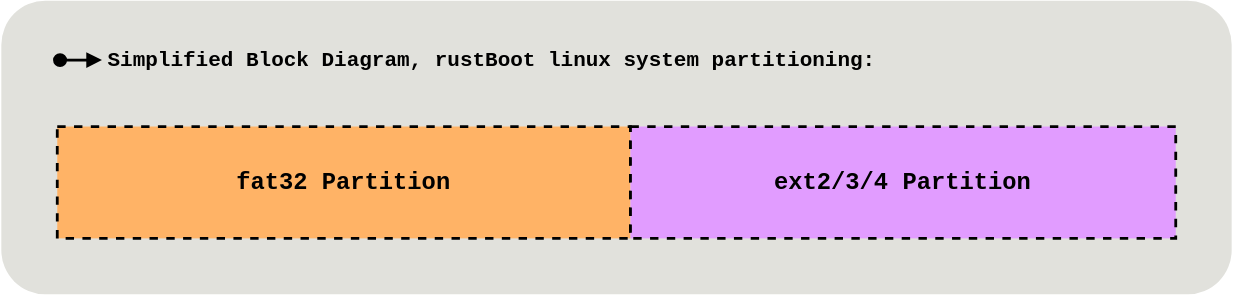
This is linux_partition.svg from imrank03/rustBoot-book-diagrams, a draw.io export, as it was before one commit. Source tidied: cells renumbered, new cells last; positions are measured from the earlier drawing's top-left corner, leaving out a move shared by most shapes.
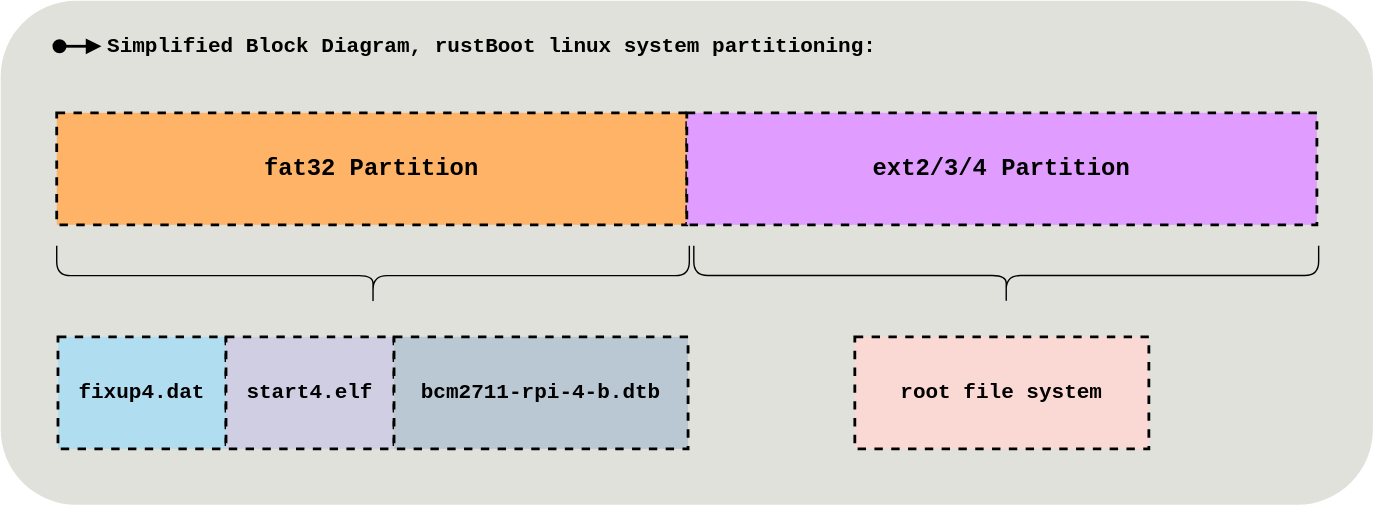
Above is the later version.

Commit message:
updated linux partition diagram

Change to the diagram source:
```diff
@@ -3,25 +3,43 @@
     <mxCell id="0" />
     <mxCell id="1" parent="0" />
     <mxCell id="2" style="rounded=1;whiteSpace=wrap;html=1;fillColor=#E1E1DC;strokeColor=none;" parent="1" vertex="1">
-      <mxGeometry width="880" height="210" as="geometry" />
+      <mxGeometry x="-30" y="-30" width="980" height="360" as="geometry" />
     </mxCell>
     <mxCell id="3" value="&lt;div style=&quot;font-family: &amp;#34;menlo&amp;#34; , &amp;#34;monaco&amp;#34; , &amp;#34;courier new&amp;#34; , monospace ; line-height: 18px ; font-size: 17px&quot;&gt;fat32 Partition&lt;/div&gt;" style="rounded=0;whiteSpace=wrap;html=1;dashed=1;strokeWidth=2;strokeColor=default;fillColor=#FFB366;labelBorderColor=none;labelBackgroundColor=none;fontStyle=1;fontSize=17;glass=0;" parent="1" vertex="1">
-      <mxGeometry x="40" y="90" width="410" height="80" as="geometry" />
+      <mxGeometry x="10" y="50" width="450" height="80" as="geometry" />
     </mxCell>
     <mxCell id="4" value="&lt;div style=&quot;font-family: &amp;#34;menlo&amp;#34; , &amp;#34;monaco&amp;#34; , &amp;#34;courier new&amp;#34; , monospace ; line-height: 18px ; font-size: 17px&quot;&gt;ext2/3/4 Partition&lt;/div&gt;" style="rounded=0;whiteSpace=wrap;html=1;dashed=1;strokeWidth=2;strokeColor=default;fillColor=#E19CFF;fontStyle=1;labelBackgroundColor=none;fontSize=17;glass=0;" parent="1" vertex="1">
-      <mxGeometry x="450" y="90" width="390" height="80" as="geometry" />
+      <mxGeometry x="460" y="50" width="450" height="80" as="geometry" />
     </mxCell>
     <mxCell id="5" value="&lt;div style=&quot;font-family: &amp;#34;menlo&amp;#34; , &amp;#34;monaco&amp;#34; , &amp;#34;courier new&amp;#34; , monospace ; line-height: 18px&quot;&gt;&lt;b&gt;&lt;font style=&quot;font-size: 15px&quot;&gt;Simplified Block Diagram, rustBoot linux system partitioning:&lt;/font&gt;&lt;/b&gt;&lt;/div&gt;" style="text;html=1;strokeColor=none;fillColor=none;align=center;verticalAlign=middle;whiteSpace=wrap;rounded=0;dashed=1;fontFamily=Lucida Console;fontSize=17;labelBackgroundColor=none;strokeWidth=2;" parent="1" vertex="1">
-      <mxGeometry x="72" y="28" width="558" height="29" as="geometry" />
+      <mxGeometry x="42" y="-12" width="558" height="29" as="geometry" />
     </mxCell>
     <mxCell id="6" style="html=1;verticalAlign=bottom;startArrow=oval;startFill=1;endArrow=block;startSize=8;strokeWidth=2;fontSize=17;" parent="1" edge="1">
       <mxGeometry relative="1" as="geometry">
-        <mxPoint x="42" y="42.5" as="sourcePoint" />
-        <mxPoint x="72" y="42.5" as="targetPoint" />
+        <mxPoint x="12" y="2.5" as="sourcePoint" />
+        <mxPoint x="42" y="2.5" as="targetPoint" />
         <Array as="points">
-          <mxPoint x="72" y="42.5" />
+          <mxPoint x="42" y="2.5" />
         </Array>
       </mxGeometry>
     </mxCell>
+    <mxCell id="7" value="&lt;div style=&quot;font-family: menlo, monaco, &amp;quot;courier new&amp;quot;, monospace; line-height: 18px; font-size: 15px;&quot;&gt;fixup4.dat&lt;/div&gt;" style="rounded=0;whiteSpace=wrap;html=1;dashed=1;strokeWidth=2;strokeColor=#000000;fillColor=#b1ddf0;labelBorderColor=none;labelBackgroundColor=none;fontStyle=1;fontSize=15;glass=0;" parent="1" vertex="1">
+      <mxGeometry x="10.9" y="210" width="120" height="80" as="geometry" />
+    </mxCell>
+    <mxCell id="8" value="&lt;div style=&quot;font-family: menlo, monaco, &amp;quot;courier new&amp;quot;, monospace; line-height: 18px; font-size: 15px;&quot;&gt;start4.elf&lt;/div&gt;" style="rounded=0;whiteSpace=wrap;html=1;dashed=1;strokeWidth=2;strokeColor=#000000;fillColor=#d0cee2;labelBorderColor=none;labelBackgroundColor=none;fontStyle=1;fontSize=15;glass=0;" parent="1" vertex="1">
+      <mxGeometry x="130.9" y="210" width="120" height="80" as="geometry" />
+    </mxCell>
+    <mxCell id="9" value="&lt;div style=&quot;font-family: menlo, monaco, &amp;quot;courier new&amp;quot;, monospace; line-height: 18px; font-size: 15px;&quot;&gt;bcm2711-rpi-4-b.dtb&lt;/div&gt;" style="rounded=0;whiteSpace=wrap;html=1;dashed=1;strokeWidth=2;strokeColor=#000000;fillColor=#bac8d3;labelBorderColor=none;labelBackgroundColor=none;fontStyle=1;fontSize=15;glass=0;" parent="1" vertex="1">
+      <mxGeometry x="250.9" y="210" width="210" height="80" as="geometry" />
+    </mxCell>
+    <mxCell id="10" style="shape=curlyBracket;whiteSpace=wrap;html=1;rounded=1;flipH=1;rotation=90;size=0.5;" parent="1" vertex="1">
+      <mxGeometry x="214.6" y="-59.6" width="42.6" height="451.8" as="geometry" />
+    </mxCell>
+    <mxCell id="11" style="shape=curlyBracket;whiteSpace=wrap;html=1;rounded=1;flipH=1;fontSize=15;strokeColor=#000000;rotation=90;size=0.5;" parent="1" vertex="1">
+      <mxGeometry x="666.9" y="-56.9" width="42.5" height="446.2" as="geometry" />
+    </mxCell>
+    <mxCell id="12" value="&lt;div style=&quot;font-family: &amp;#34;menlo&amp;#34; , &amp;#34;monaco&amp;#34; , &amp;#34;courier new&amp;#34; , monospace ; line-height: 18px ; font-size: 15px&quot;&gt;root file system&lt;/div&gt;" style="rounded=0;whiteSpace=wrap;html=1;dashed=1;strokeWidth=2;strokeColor=#000000;fillColor=#fad9d5;labelBorderColor=none;labelBackgroundColor=none;fontStyle=1;fontSize=15;glass=0;" parent="1" vertex="1">
+      <mxGeometry x="580" y="210" width="210" height="80" as="geometry" />
+    </mxCell>
   </root>
 </mxGraphModel>
```
